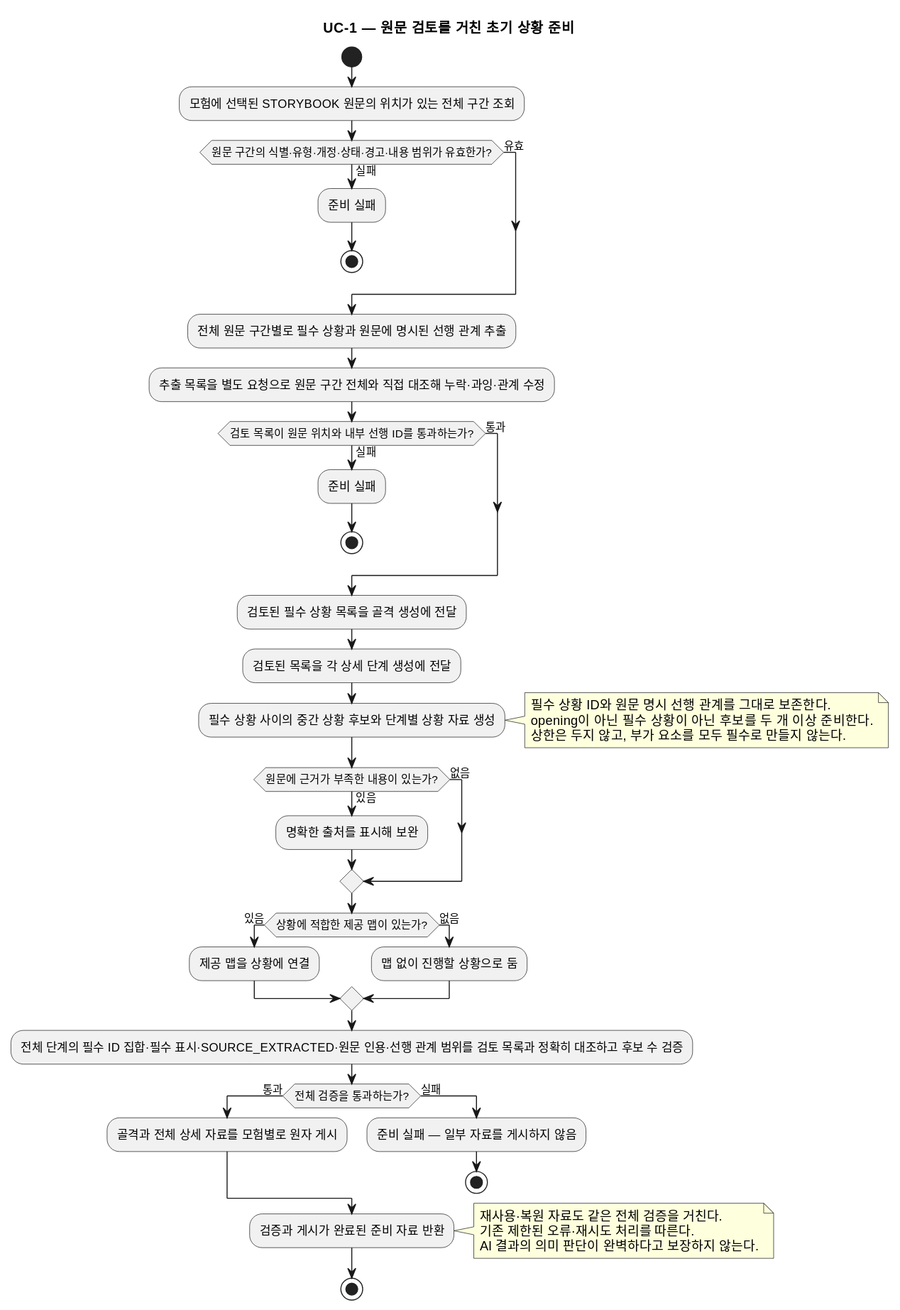
omegafrog/dnd-master keeps this PlantUML diagram as docs/specs/scenario-situation-candidates/diagrams/product/UC-1.activity.svg. Above is the earlier version.
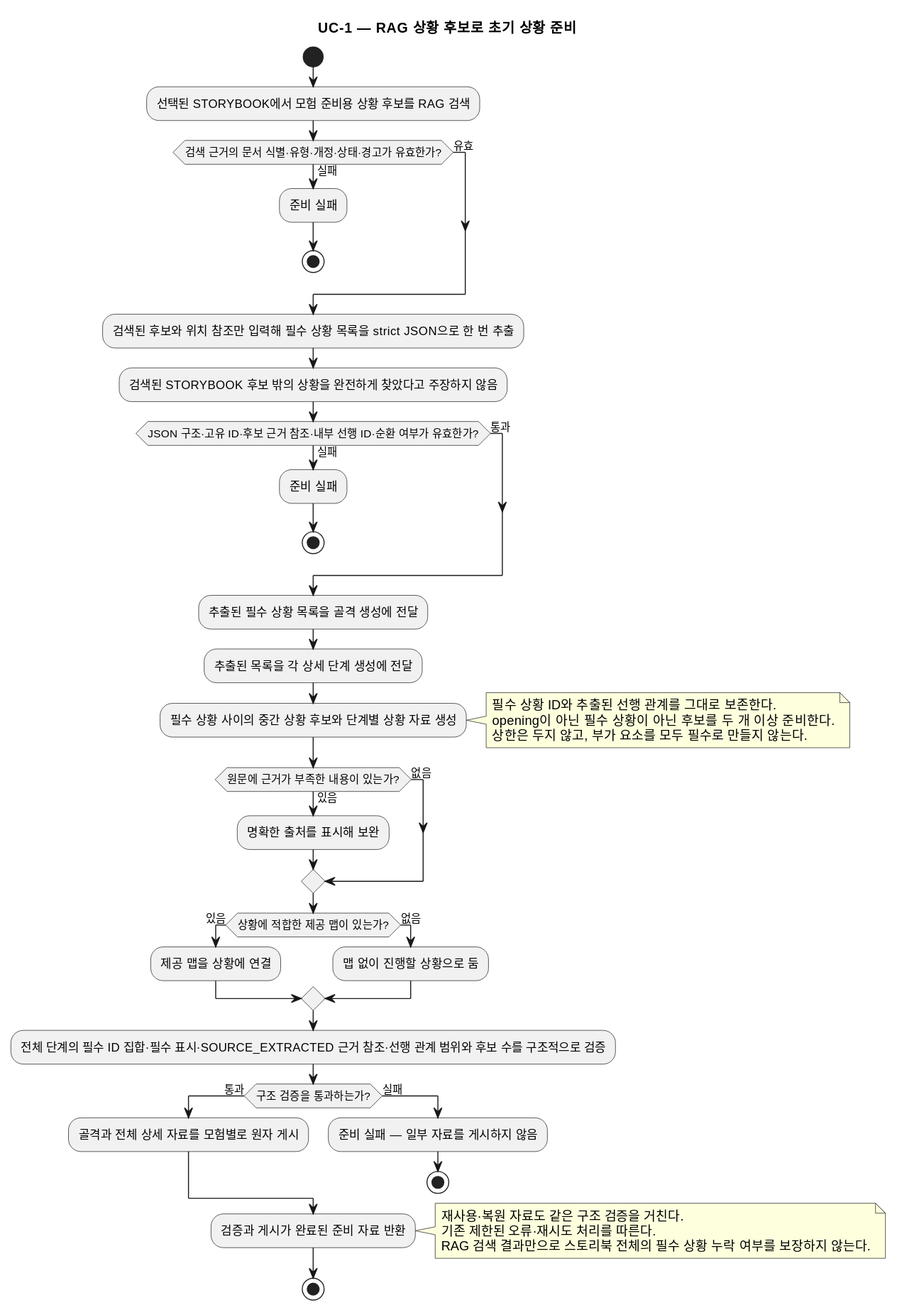
Later version of the same file.

Change to the diagram source:
```diff
@@ -1,24 +1,24 @@
 @startuml
-title UC-1 — 원문 검토를 거친 초기 상황 준비
+title UC-1 — RAG 상황 후보로 초기 상황 준비
 start
-:모험에 선택된 STORYBOOK 원문의 위치가 있는 전체 구간 조회;
-if (원문 구간의 식별·유형·개정·상태·경고·내용 범위가 유효한가?) then (유효)
+:선택된 STORYBOOK에서 모험 준비용 상황 후보를 RAG 검색;
+if (검색 근거의 문서 식별·유형·개정·상태·경고가 유효한가?) then (유효)
 else (실패)
   :준비 실패;
   stop
 endif
-:전체 원문 구간별로 필수 상황과 원문에 명시된 선행 관계 추출;
-:추출 목록을 별도 요청으로 원문 구간 전체와 직접 대조해 누락·과잉·관계 수정;
-if (검토 목록이 원문 위치와 내부 선행 ID를 통과하는가?) then (통과)
+:검색된 후보와 위치 참조만 입력해 필수 상황 목록을 strict JSON으로 한 번 추출;
+:검색된 STORYBOOK 후보 밖의 상황을 완전하게 찾았다고 주장하지 않음;
+if (JSON 구조·고유 ID·후보 근거 참조·내부 선행 ID·순환 여부가 유효한가?) then (통과)
 else (실패)
   :준비 실패;
   stop
 endif
-:검토된 필수 상황 목록을 골격 생성에 전달;
-:검토된 목록을 각 상세 단계 생성에 전달;
+:추출된 필수 상황 목록을 골격 생성에 전달;
+:추출된 목록을 각 상세 단계 생성에 전달;
 :필수 상황 사이의 중간 상황 후보와 단계별 상황 자료 생성;
 note right
-  필수 상황 ID와 원문 명시 선행 관계를 그대로 보존한다.
+  필수 상황 ID와 추출된 선행 관계를 그대로 보존한다.
   opening이 아닌 필수 상황이 아닌 후보를 두 개 이상 준비한다.
   상한은 두지 않고, 부가 요소를 모두 필수로 만들지 않는다.
 end note
@@ -31,8 +31,8 @@
 else (없음)
   :맵 없이 진행할 상황으로 둠;
 endif
-:전체 단계의 필수 ID 집합·필수 표시·SOURCE_EXTRACTED·원문 인용·선행 관계 범위를 검토 목록과 정확히 대조하고 후보 수 검증;
-if (전체 검증을 통과하는가?) then (통과)
+:전체 단계의 필수 ID 집합·필수 표시·SOURCE_EXTRACTED 근거 참조·선행 관계 범위와 후보 수를 구조적으로 검증;
+if (구조 검증을 통과하는가?) then (통과)
   :골격과 전체 상세 자료를 모험별로 원자 게시;
 else (실패)
   :준비 실패 — 일부 자료를 게시하지 않음;
@@ -40,9 +40,9 @@
 endif
 :검증과 게시가 완료된 준비 자료 반환;
 note right
-  재사용·복원 자료도 같은 전체 검증을 거친다.
+  재사용·복원 자료도 같은 구조 검증을 거친다.
   기존 제한된 오류·재시도 처리를 따른다.
-  AI 결과의 의미 판단이 완벽하다고 보장하지 않는다.
+  RAG 검색 결과만으로 스토리북 전체의 필수 상황 누락 여부를 보장하지 않는다.
 end note
 stop
 @enduml
```
